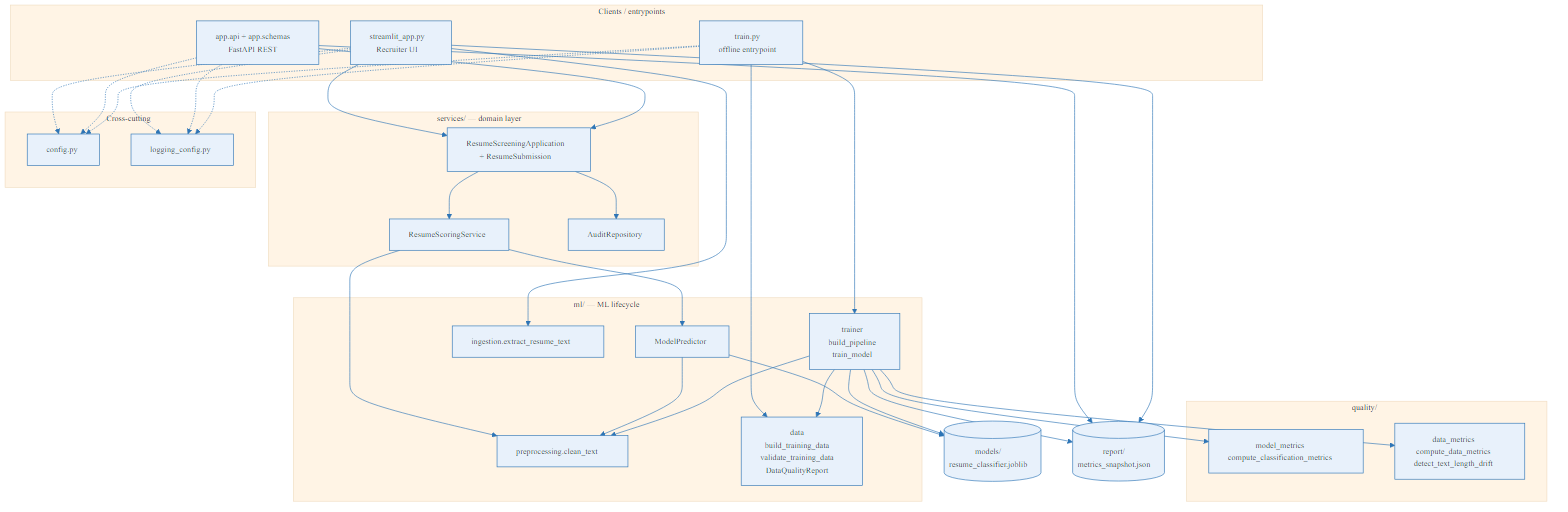
This is docs/component_diagram.png from pratapwagle/SEML_Assignment2_ResumeGrader, a Mermaid export, as it was before one commit. Its source is kept beside it as docs/component_diagram.mmd. Source of this version:
```mermaid
%%{init: {
  "theme": "base",
  "themeVariables": {
    "primaryColor": "#E8F1FB",
    "primaryTextColor": "#1B3A4B",
    "primaryBorderColor": "#2E75B6",
    "lineColor": "#2E75B6",
    "secondaryColor": "#F5F7FA",
    "tertiaryColor": "#FFF4E5",
    "fontFamily": "Segoe UI, Arial, sans-serif",
    "fontSize": "13px"
  }
}}%%
flowchart TB
  subgraph Clients["Clients / entrypoints"]
    UI["streamlit_app.py<br/>Recruiter UI"]
    API["app.api + app.schemas<br/>FastAPI REST"]
    TRAIN_CLI["train.py<br/>offline entrypoint"]
  end

  subgraph Domain["services/ — domain layer"]
    APP["ResumeScreeningApplication<br/>+ ResumeSubmission"]
    SCORE["ResumeScoringService"]
    AUDIT["AuditRepository"]
  end

  subgraph ML["ml/ — ML lifecycle"]
    PRE["preprocessing.clean_text"]
    PRED["ModelPredictor"]
    ING["ingestion.extract_resume_text"]
    DATA["data<br/>build_training_data<br/>validate_training_data<br/>DataQualityReport"]
    TRAIN["trainer<br/>build_pipeline<br/>train_model"]
  end

  subgraph Quality["quality/"]
    MQ["model_metrics<br/>compute_classification_metrics"]
    DQ["data_metrics<br/>compute_data_metrics<br/>detect_text_length_drift"]
  end

  subgraph CrossCutting["Cross-cutting"]
    CFG["config.py"]
    LOG["logging_config.py"]
  end

  ART[("models/<br/>resume_classifier.joblib")]
  MET[("report/<br/>metrics_snapshot.json")]

  UI --> APP
  API --> APP
  UI --> ING
  APP --> SCORE
  APP --> AUDIT
  SCORE --> PRED
  SCORE --> PRE
  PRED --> PRE
  PRED --> ART

  API --> MET
  UI --> MET

  TRAIN_CLI --> DATA
  TRAIN_CLI --> TRAIN
  TRAIN --> DATA
  TRAIN --> PRE
  TRAIN --> MQ
  TRAIN --> DQ
  TRAIN --> ART
  TRAIN --> MET

  UI -.-> CFG
  API -.-> CFG
  TRAIN_CLI -.-> CFG
  UI -.-> LOG
  API -.-> LOG
  TRAIN_CLI -.-> LOG
```
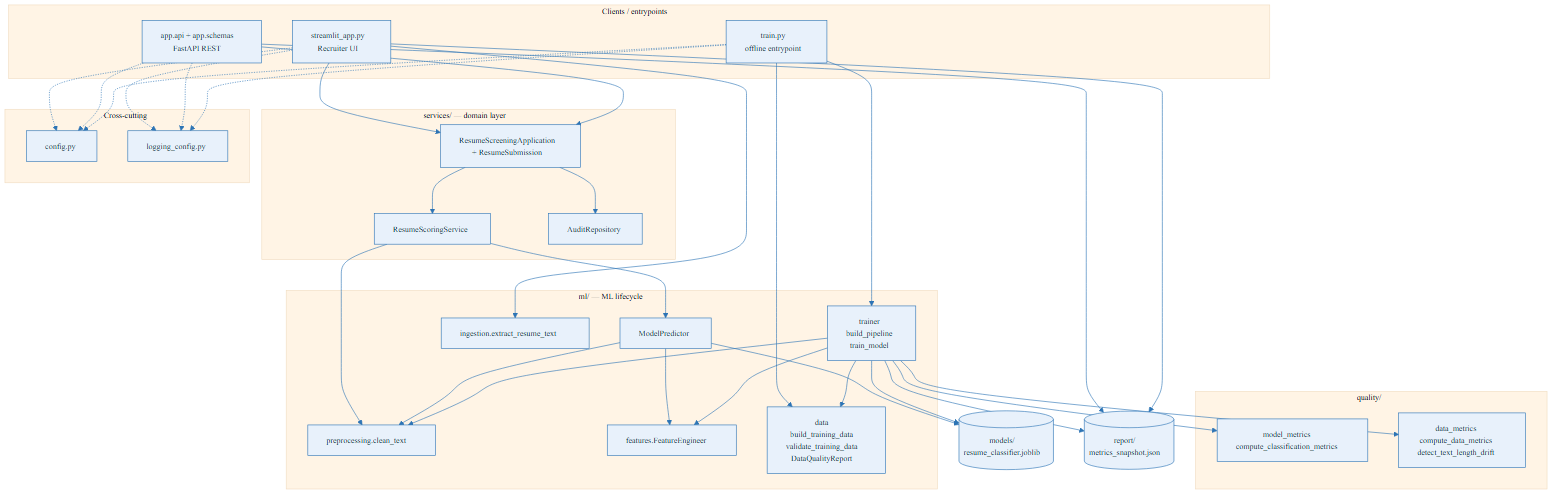
Later version of the same file.

Diff of the diagram source:
```diff
@@ -26,6 +26,7 @@
 
   subgraph ML["ml/ — ML lifecycle"]
     PRE["preprocessing.clean_text"]
+    FE["features.FeatureEngineer"]
     PRED["ModelPredictor"]
     ING["ingestion.extract_resume_text"]
     DATA["data<br/>build_training_data<br/>validate_training_data<br/>DataQualityReport"]
@@ -53,6 +54,7 @@
   SCORE --> PRED
   SCORE --> PRE
   PRED --> PRE
+  PRED --> FE
   PRED --> ART
 
   API --> MET
@@ -62,6 +64,7 @@
   TRAIN_CLI --> TRAIN
   TRAIN --> DATA
   TRAIN --> PRE
+  TRAIN --> FE
   TRAIN --> MQ
   TRAIN --> DQ
   TRAIN --> ART
```
